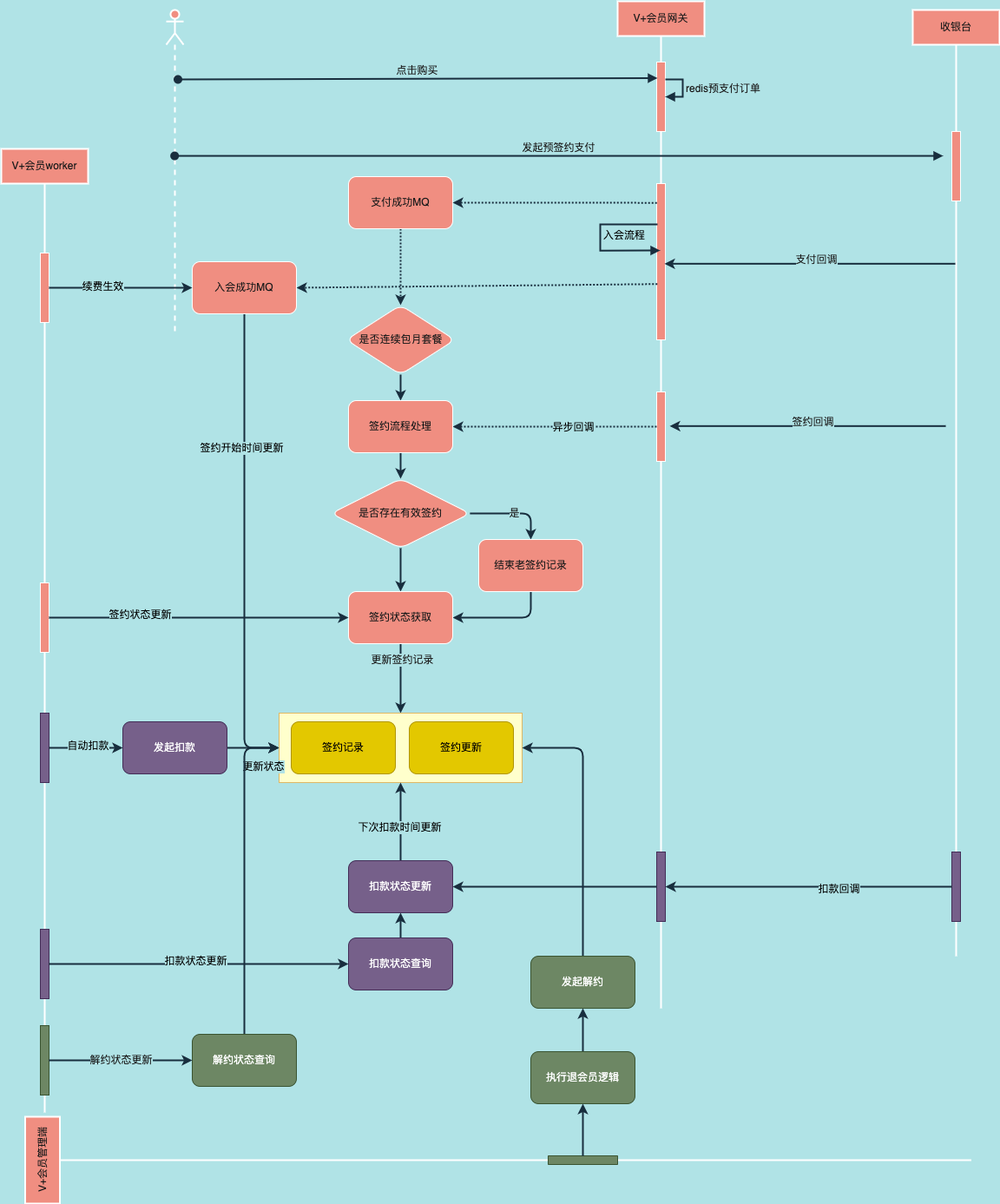
Before: 连续包月会员.png, a diagram exported from draw.io (845642761/diagram). Source tidied: cells renumbered, new cells last; positions are measured from the earlier drawing's top-left corner, leaving out a move shared by most shapes.
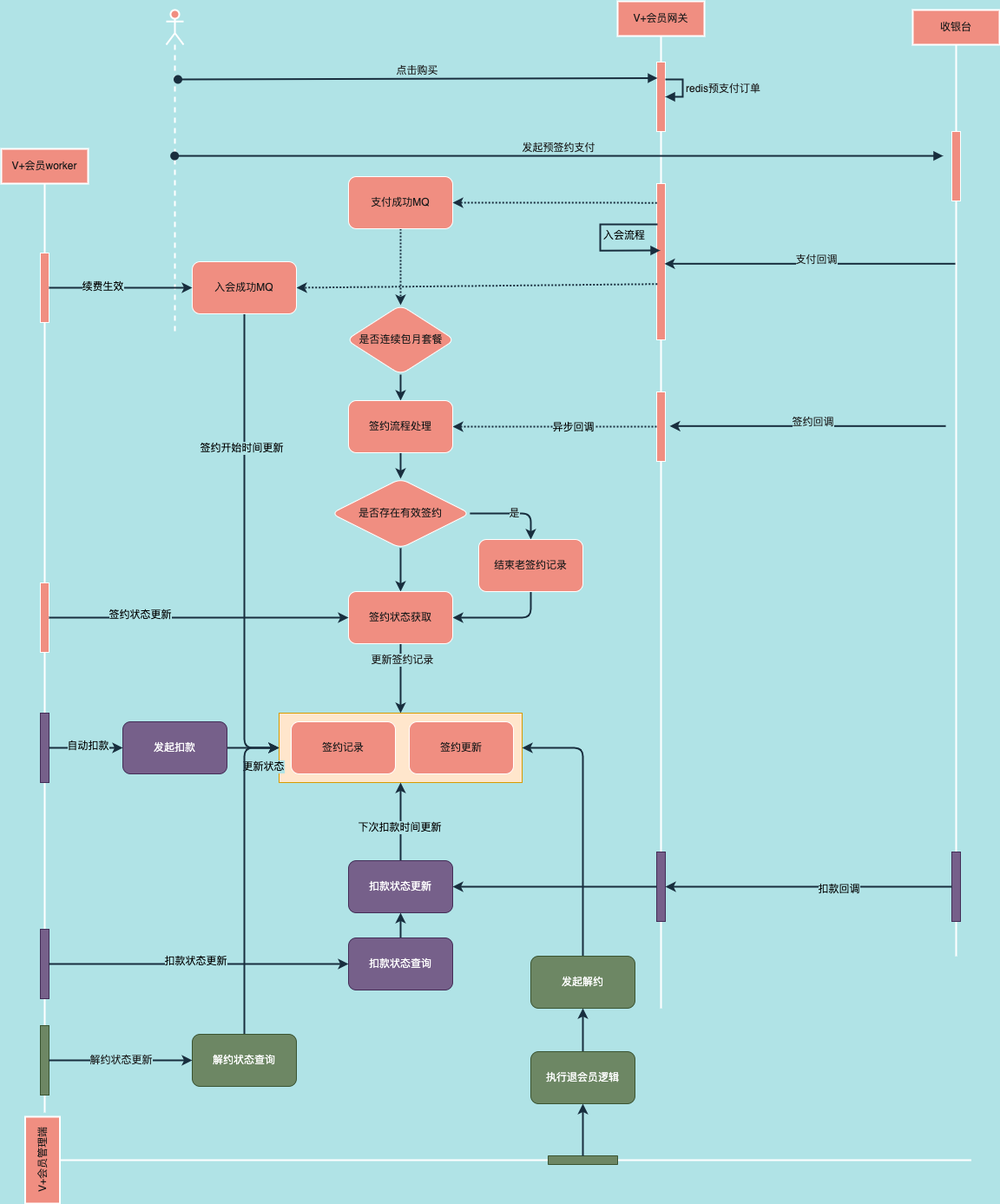
Later version of the same file.

Commit message:
更新连续包月会员.png

The edit, as a diff of the source:
```diff
@@ -147,16 +147,16 @@
     <mxCell id="39" value="入会成功MQ" style="rounded=1;whiteSpace=wrap;html=1;sketch=0;fontColor=#1A1A1A;strokeColor=#FFFFFF;fillColor=#F08E81;" parent="1" vertex="1">
       <mxGeometry x="220" y="300" width="120" height="60" as="geometry" />
     </mxCell>
-    <mxCell id="40" style="group;fillColor=#f0a30a;fontColor=#000000;strokeColor=#BD7000;" parent="1" vertex="1">
+    <mxCell id="40" style="group;fillColor=#fad9d5;strokeColor=#ae4132;" parent="1" vertex="1">
       <mxGeometry x="320" y="820" width="280" height="80" as="geometry" />
     </mxCell>
-    <mxCell id="41" style="rounded=0;whiteSpace=wrap;html=1;labelBackgroundColor=#B0E3E6;labelBorderColor=none;sketch=0;fillColor=#FFFFCC;strokeColor=none;" parent="40" vertex="1">
+    <mxCell id="41" style="rounded=0;whiteSpace=wrap;html=1;labelBackgroundColor=#B0E3E6;labelBorderColor=none;sketch=0;fillColor=#ffe6cc;strokeColor=#d79b00;" parent="40" vertex="1">
       <mxGeometry width="280" height="80" as="geometry" />
     </mxCell>
-    <mxCell id="42" value="签约记录" style="whiteSpace=wrap;html=1;fillColor=#e3c800;strokeColor=#B09500;fontColor=#000000;rounded=1;sketch=0;" parent="40" vertex="1">
+    <mxCell id="42" value="签约记录" style="whiteSpace=wrap;html=1;fillColor=#F08E81;strokeColor=#FFFFFF;fontColor=#1A1A1A;rounded=1;sketch=0;" parent="40" vertex="1">
       <mxGeometry x="14" y="10" width="120" height="60" as="geometry" />
     </mxCell>
-    <mxCell id="43" value="签约更新" style="whiteSpace=wrap;html=1;fillColor=#e3c800;strokeColor=#B09500;fontColor=#000000;rounded=1;sketch=0;" parent="40" vertex="1">
+    <mxCell id="43" value="签约更新" style="whiteSpace=wrap;html=1;fillColor=#F08E81;strokeColor=#FFFFFF;fontColor=#1A1A1A;rounded=1;sketch=0;" parent="40" vertex="1">
       <mxGeometry x="150" y="10" width="120" height="60" as="geometry" />
     </mxCell>
     <mxCell id="44" value="V+会员worker" style="shape=umlLifeline;perimeter=lifelinePerimeter;whiteSpace=wrap;html=1;lifelineDashed=0;rounded=0;sketch=0;fontColor=#1A1A1A;strokeColor=#FFFFFF;fillColor=#F08E81;strokeWidth=2;" parent="1" vertex="1">
```
